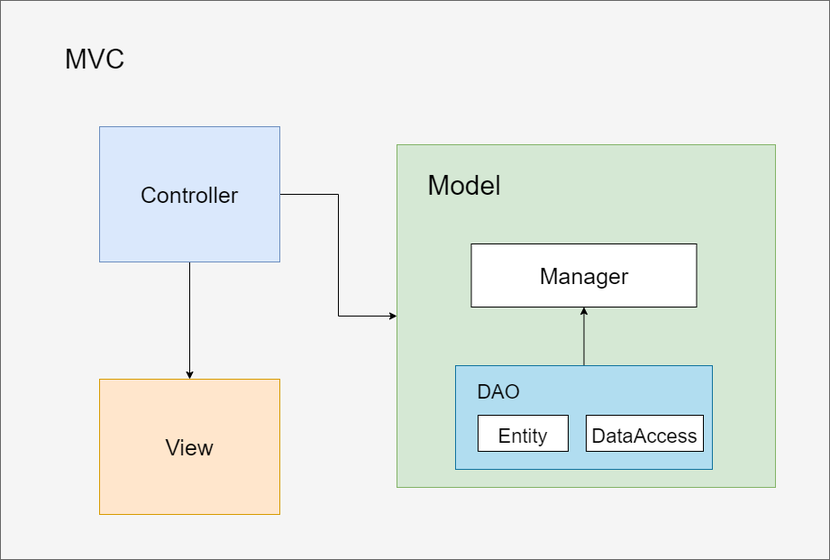
Before: lingxi-taurus/lingxi-taurus-architecture-1,0.0.png, a diagram exported from draw.io (GitHeP/diagrams). Source tidied: cells renumbered, new cells last; positions are measured from the earlier drawing's top-left corner, leaving out a move shared by most shapes.
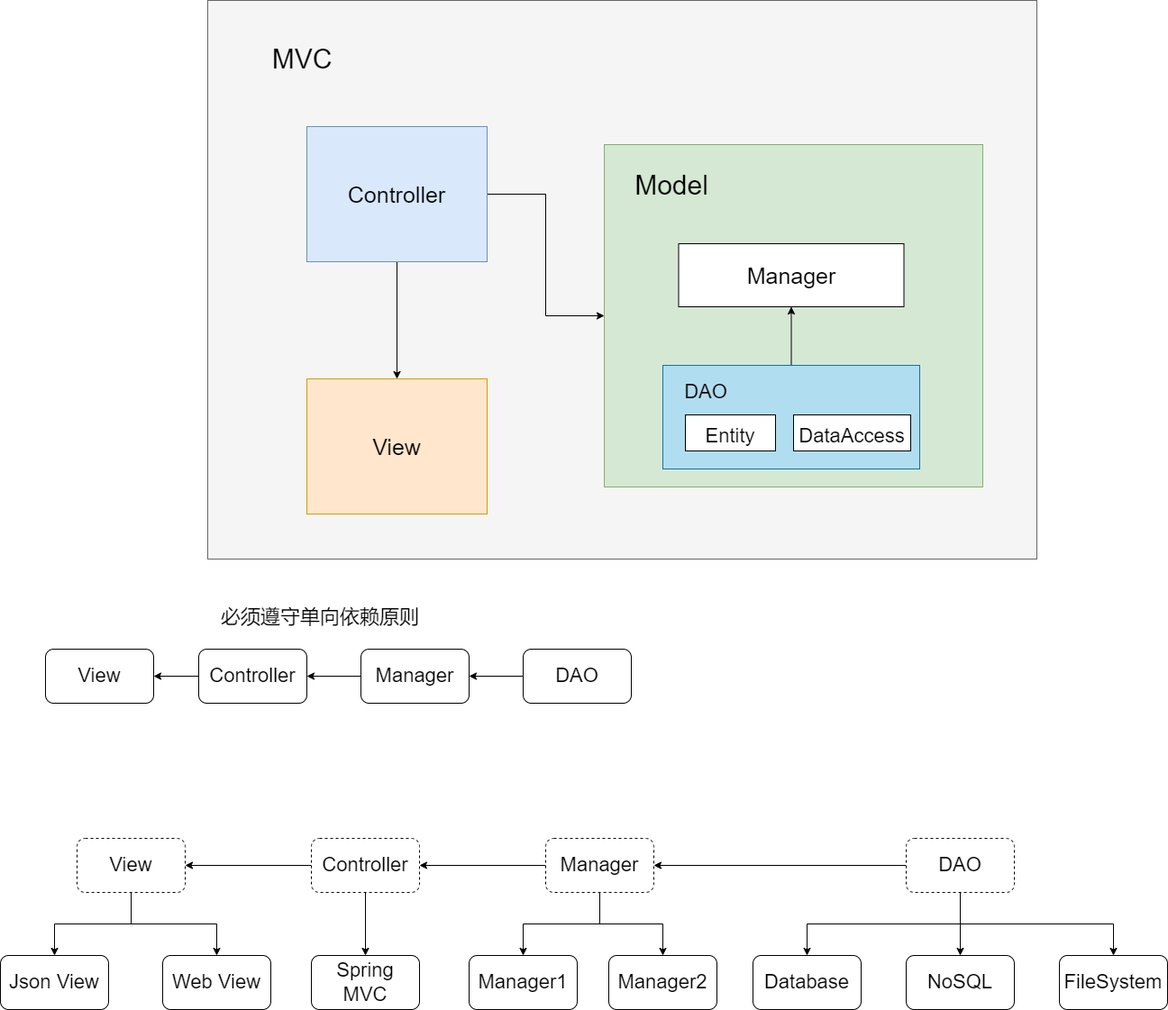
The same file after the commit.

What changed in the source:
```diff
@@ -44,5 +44,98 @@
     <mxCell id="15" value="DAO" style="text;html=1;strokeColor=none;fillColor=none;align=center;verticalAlign=middle;whiteSpace=wrap;rounded=0;fontSize=22;" parent="1" vertex="1">
       <mxGeometry x="522.5" y="420" width="60" height="30" as="geometry" />
     </mxCell>
+    <mxCell id="16" style="edgeStyle=orthogonalEdgeStyle;rounded=0;jettySize=auto;html=1;exitX=0;exitY=0.5;exitDx=0;exitDy=0;fontSize=22;" parent="1" edge="1" source="17" target="40">
+      <mxGeometry relative="1" as="geometry" />
+    </mxCell>
+    <mxCell id="17" value="Controller" style="rounded=1;whiteSpace=wrap;html=1;fontSize=22;" parent="1" vertex="1">
+      <mxGeometry x="-10" y="720" width="120" height="60" as="geometry" />
+    </mxCell>
+    <mxCell id="18" style="edgeStyle=orthogonalEdgeStyle;rounded=0;jettySize=auto;html=1;entryX=1;entryY=0.5;entryDx=0;entryDy=0;fontSize=22;" parent="1" edge="1" source="19" target="17">
+      <mxGeometry relative="1" as="geometry" />
+    </mxCell>
+    <mxCell id="19" value="Manager" style="rounded=1;whiteSpace=wrap;html=1;fontSize=22;" parent="1" vertex="1">
+      <mxGeometry x="170" y="720" width="120" height="60" as="geometry" />
+    </mxCell>
+    <mxCell id="20" style="edgeStyle=orthogonalEdgeStyle;rounded=0;jettySize=auto;html=1;entryX=1;entryY=0.5;entryDx=0;entryDy=0;fontSize=22;" parent="1" edge="1" source="21" target="19">
+      <mxGeometry relative="1" as="geometry" />
+    </mxCell>
+    <mxCell id="21" value="DAO" style="rounded=1;whiteSpace=wrap;html=1;fontSize=22;" parent="1" vertex="1">
+      <mxGeometry x="350" y="720" width="120" height="60" as="geometry" />
+    </mxCell>
+    <mxCell id="22" value="必须遵守单向依赖原则" style="text;html=1;strokeColor=none;fillColor=none;align=center;verticalAlign=middle;whiteSpace=wrap;rounded=0;fontSize=22;" parent="1" vertex="1">
+      <mxGeometry x="-20" y="670" width="290" height="30" as="geometry" />
+    </mxCell>
+    <mxCell id="23" style="edgeStyle=orthogonalEdgeStyle;rounded=0;jettySize=auto;html=1;exitX=0;exitY=0.5;exitDx=0;exitDy=0;entryX=1;entryY=0.5;entryDx=0;entryDy=0;fontSize=22;" parent="1" edge="1" source="25" target="43">
+      <mxGeometry relative="1" as="geometry" />
+    </mxCell>
+    <mxCell id="24" style="edgeStyle=orthogonalEdgeStyle;rounded=0;jettySize=auto;html=1;fontSize=22;" parent="1" edge="1" source="25" target="46">
+      <mxGeometry relative="1" as="geometry" />
+    </mxCell>
+    <mxCell id="25" value="Controller" style="rounded=1;whiteSpace=wrap;html=1;fontSize=22;dashed=1;" parent="1" vertex="1">
+      <mxGeometry x="115" y="930" width="120" height="60" as="geometry" />
+    </mxCell>
+    <mxCell id="26" style="edgeStyle=orthogonalEdgeStyle;rounded=0;jettySize=auto;html=1;exitX=0.5;exitY=1;exitDx=0;exitDy=0;fontSize=22;" parent="1" edge="1" source="29" target="38">
+      <mxGeometry relative="1" as="geometry" />
+    </mxCell>
+    <mxCell id="27" style="edgeStyle=orthogonalEdgeStyle;rounded=0;jettySize=auto;html=1;exitX=0.5;exitY=1;exitDx=0;exitDy=0;entryX=0.5;entryY=0;entryDx=0;entryDy=0;fontSize=22;" parent="1" edge="1" source="29" target="39">
+      <mxGeometry relative="1" as="geometry" />
+    </mxCell>
+    <mxCell id="28" style="edgeStyle=orthogonalEdgeStyle;rounded=0;jettySize=auto;html=1;exitX=0;exitY=0.5;exitDx=0;exitDy=0;entryX=1;entryY=0.5;entryDx=0;entryDy=0;fontSize=22;" parent="1" edge="1" source="29" target="25">
+      <mxGeometry relative="1" as="geometry" />
+    </mxCell>
+    <mxCell id="29" value="Manager" style="rounded=1;whiteSpace=wrap;html=1;fontSize=22;dashed=1;" parent="1" vertex="1">
+      <mxGeometry x="375" y="930" width="120" height="60" as="geometry" />
+    </mxCell>
+    <mxCell id="30" style="edgeStyle=orthogonalEdgeStyle;rounded=0;jettySize=auto;html=1;entryX=0.5;entryY=0;entryDx=0;entryDy=0;fontSize=22;" parent="1" edge="1" source="34" target="36">
+      <mxGeometry relative="1" as="geometry" />
+    </mxCell>
+    <mxCell id="31" style="edgeStyle=orthogonalEdgeStyle;rounded=0;jettySize=auto;html=1;exitX=0.5;exitY=1;exitDx=0;exitDy=0;fontSize=22;" parent="1" edge="1" source="34" target="35">
+      <mxGeometry relative="1" as="geometry" />
+    </mxCell>
+    <mxCell id="32" style="edgeStyle=orthogonalEdgeStyle;rounded=0;jettySize=auto;html=1;exitX=0.5;exitY=1;exitDx=0;exitDy=0;entryX=0.5;entryY=0;entryDx=0;entryDy=0;fontSize=22;" parent="1" edge="1" source="34" target="37">
+      <mxGeometry relative="1" as="geometry" />
+    </mxCell>
+    <mxCell id="33" style="edgeStyle=orthogonalEdgeStyle;rounded=0;jettySize=auto;html=1;entryX=1;entryY=0.5;entryDx=0;entryDy=0;fontSize=22;" parent="1" edge="1" source="34" target="29">
+      <mxGeometry relative="1" as="geometry" />
+    </mxCell>
+    <mxCell id="34" value="DAO" style="rounded=1;whiteSpace=wrap;html=1;fontSize=22;dashed=1;" parent="1" vertex="1">
+      <mxGeometry x="775" y="930" width="120" height="60" as="geometry" />
+    </mxCell>
+    <mxCell id="35" value="Database" style="rounded=1;whiteSpace=wrap;html=1;fontSize=22;" parent="1" vertex="1">
+      <mxGeometry x="605" y="1060" width="120" height="60" as="geometry" />
+    </mxCell>
+    <mxCell id="36" value="NoSQL" style="rounded=1;whiteSpace=wrap;html=1;fontSize=22;" parent="1" vertex="1">
+      <mxGeometry x="775" y="1060" width="120" height="60" as="geometry" />
+    </mxCell>
+    <mxCell id="37" value="FileSystem" style="rounded=1;whiteSpace=wrap;html=1;fontSize=22;" parent="1" vertex="1">
+      <mxGeometry x="945" y="1060" width="120" height="60" as="geometry" />
+    </mxCell>
+    <mxCell id="38" value="Manager1" style="rounded=1;whiteSpace=wrap;html=1;fontSize=22;" parent="1" vertex="1">
+      <mxGeometry x="290" y="1060" width="120" height="60" as="geometry" />
+    </mxCell>
+    <mxCell id="39" value="Manager2" style="rounded=1;whiteSpace=wrap;html=1;fontSize=22;" parent="1" vertex="1">
+      <mxGeometry x="445" y="1060" width="120" height="60" as="geometry" />
+    </mxCell>
+    <mxCell id="40" value="View" style="rounded=1;whiteSpace=wrap;html=1;fontSize=22;" parent="1" vertex="1">
+      <mxGeometry x="-180" y="720" width="120" height="60" as="geometry" />
+    </mxCell>
+    <mxCell id="41" style="edgeStyle=orthogonalEdgeStyle;rounded=0;jettySize=auto;html=1;fontSize=22;" parent="1" edge="1" source="43" target="44">
+      <mxGeometry relative="1" as="geometry" />
+    </mxCell>
+    <mxCell id="42" style="edgeStyle=orthogonalEdgeStyle;rounded=0;jettySize=auto;html=1;fontSize=22;" parent="1" edge="1" source="43" target="45">
+      <mxGeometry relative="1" as="geometry" />
+    </mxCell>
+    <mxCell id="43" value="View" style="rounded=1;whiteSpace=wrap;html=1;fontSize=22;dashed=1;" parent="1" vertex="1">
+      <mxGeometry x="-145" y="930" width="120" height="60" as="geometry" />
+    </mxCell>
+    <mxCell id="44" value="Json View" style="rounded=1;whiteSpace=wrap;html=1;fontSize=22;" parent="1" vertex="1">
+      <mxGeometry x="-230" y="1060" width="120" height="60" as="geometry" />
+    </mxCell>
+    <mxCell id="45" value="Web View" style="rounded=1;whiteSpace=wrap;html=1;fontSize=22;" parent="1" vertex="1">
+      <mxGeometry x="-50" y="1060" width="120" height="60" as="geometry" />
+    </mxCell>
+    <mxCell id="46" value="Spring MVC" style="rounded=1;whiteSpace=wrap;html=1;fontSize=22;" parent="1" vertex="1">
+      <mxGeometry x="115" y="1060" width="120" height="60" as="geometry" />
+    </mxCell>
   </root>
 </mxGraphModel>
```
